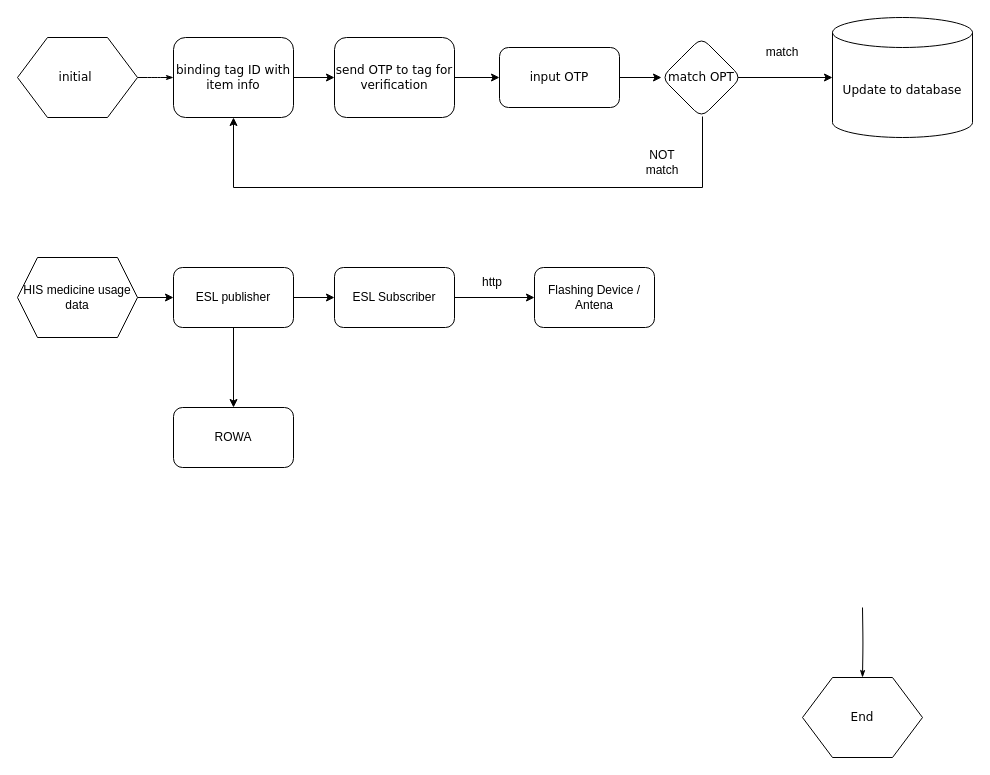
The draw.io diagram Untitled Diagram.drawio in MQzhiyong/draw_io, before the edit. Source tidied: cells renumbered, new cells numbered last; positions are measured from the earlier drawing's top-left corner, leaving out a move shared by most shapes. Both pictures are drawn from the tidied source at 100%, with x=0, y=0 at pixel (17, 17).
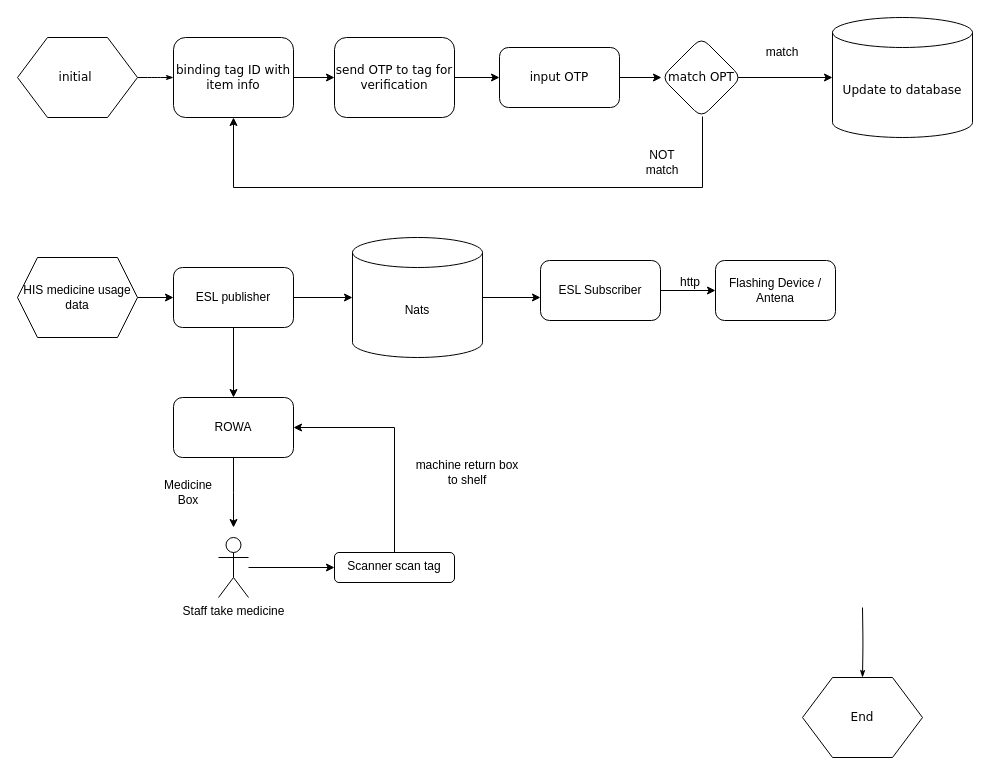
After the change.

The change refers to these unchanged cells:
```xml
<mxCell id="21" value="ESL publisher&lt;br&gt;" style="rounded=1;whiteSpace=wrap;html=1;" parent="1" vertex="1">
  <mxGeometry x="156" y="250" width="120" height="60" as="geometry" />
</mxCell>
```

What changed in the source:
```diff
@@
-    <mxCell id="19" style="edgeStyle=orthogonalEdgeStyle;rounded=0;jettySize=auto;html=1;" parent="1" edge="1" source="21" target="23">
-      <mxGeometry relative="1" as="geometry" />
-    </mxCell>
@@
+    <mxCell id="28" style="edgeStyle=orthogonalEdgeStyle;rounded=0;jettySize=auto;html=1;entryX=0;entryY=0.5;entryDx=0;entryDy=0;entryPerimeter=0;" parent="1" edge="1" source="21" target="37">
+      <mxGeometry relative="1" as="geometry" />
+    </mxCell>
@@
     <mxCell id="23" value="ESL Subscriber" style="whiteSpace=wrap;html=1;rounded=1;" parent="1" vertex="1">
-      <mxGeometry x="317" y="250" width="120" height="60" as="geometry" />
+      <mxGeometry x="523" y="243" width="120" height="60" as="geometry" />
     </mxCell>
+    <mxCell id="29" style="edgeStyle=orthogonalEdgeStyle;rounded=0;jettySize=auto;html=1;" parent="1" edge="1" source="24">
+      <mxGeometry relative="1" as="geometry">
+        <mxPoint x="216" y="510" as="targetPoint" />
+      </mxGeometry>
+    </mxCell>
     <mxCell id="24" value="ROWA" style="whiteSpace=wrap;html=1;rounded=1;" parent="1" vertex="1">
-      <mxGeometry x="156" y="390" width="120" height="60" as="geometry" />
+      <mxGeometry x="156" y="380" width="120" height="60" as="geometry" />
     </mxCell>
     <mxCell id="25" value="Flashing Device / Antena" style="whiteSpace=wrap;html=1;rounded=1;" parent="1" vertex="1">
-      <mxGeometry x="517" y="250" width="120" height="60" as="geometry" />
+      <mxGeometry x="698" y="243" width="120" height="60" as="geometry" />
     </mxCell>
     <mxCell id="26" value="http" style="text;html=1;strokeColor=none;fillColor=none;align=center;verticalAlign=middle;whiteSpace=wrap;rounded=0;" parent="1" vertex="1">
-      <mxGeometry x="445" y="250" width="60" height="30" as="geometry" />
+      <mxGeometry x="643" y="250" width="60" height="30" as="geometry" />
     </mxCell>
@@
+    <mxCell id="30" style="edgeStyle=orthogonalEdgeStyle;rounded=0;jettySize=auto;html=1;" parent="1" edge="1" source="31" target="35">
+      <mxGeometry relative="1" as="geometry" />
+    </mxCell>
+    <mxCell id="31" value="Staff take medicine&lt;br&gt;" style="shape=umlActor;verticalLabelPosition=bottom;verticalAlign=top;html=1;outlineConnect=0;" parent="1" vertex="1">
+      <mxGeometry x="201" y="520" width="30" height="60" as="geometry" />
+    </mxCell>
+    <mxCell id="32" value="machine return&amp;nbsp;box to shelf" style="text;html=1;strokeColor=none;fillColor=none;align=center;verticalAlign=middle;whiteSpace=wrap;rounded=0;" parent="1" vertex="1">
+      <mxGeometry x="395" y="440" width="110" height="30" as="geometry" />
+    </mxCell>
+    <mxCell id="33" value="Medicine Box" style="text;html=1;strokeColor=none;fillColor=none;align=center;verticalAlign=middle;whiteSpace=wrap;rounded=0;" parent="1" vertex="1">
+      <mxGeometry x="141" y="460" width="60" height="30" as="geometry" />
+    </mxCell>
+    <mxCell id="34" style="edgeStyle=orthogonalEdgeStyle;rounded=0;jettySize=auto;html=1;entryX=1;entryY=0.5;entryDx=0;entryDy=0;" parent="1" edge="1" source="35" target="24">
+      <mxGeometry relative="1" as="geometry">
+        <Array as="points">
+          <mxPoint x="377" y="410" />
+        </Array>
+      </mxGeometry>
+    </mxCell>
+    <mxCell id="35" value="Scanner scan tag" style="rounded=1;whiteSpace=wrap;html=1;verticalAlign=top;" parent="1" vertex="1">
+      <mxGeometry x="317" y="535" width="120" height="30" as="geometry" />
+    </mxCell>
+    <mxCell id="36" style="edgeStyle=orthogonalEdgeStyle;rounded=0;jettySize=auto;html=1;entryX=0;entryY=0.617;entryDx=0;entryDy=0;entryPerimeter=0;" parent="1" edge="1" source="37" target="23">
+      <mxGeometry relative="1" as="geometry">
+        <Array as="points">
+          <mxPoint x="520" y="280" />
+        </Array>
+      </mxGeometry>
+    </mxCell>
+    <mxCell id="37" value="Nats" style="shape=cylinder3;whiteSpace=wrap;html=1;boundedLbl=1;backgroundOutline=1;size=15;" parent="1" vertex="1">
+      <mxGeometry x="335" y="220" width="130" height="120" as="geometry" />
+    </mxCell>
```
